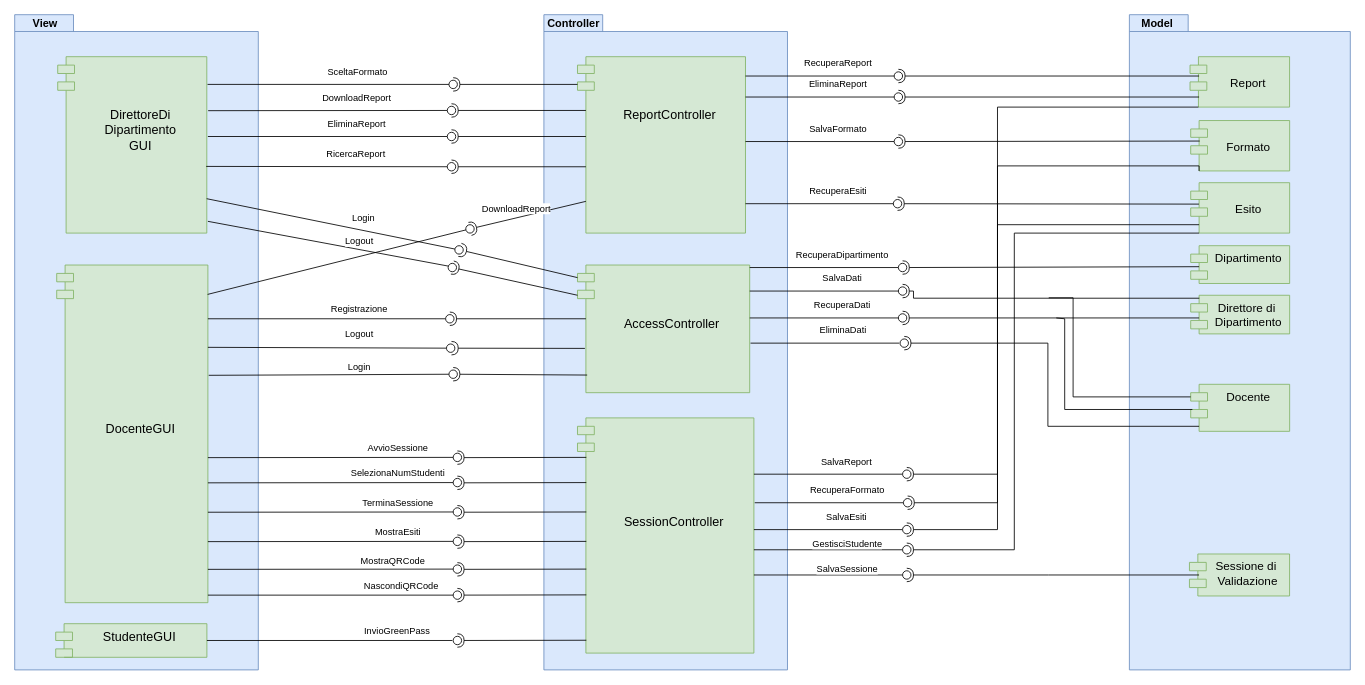
The draw.io diagram Documentazione/Resources/ServiziSottosistemi.drawio in Alberto-00/EasyPass, before the edit. Source tidied: cells renumbered, new cells numbered last; positions are measured from the earlier drawing's top-left corner, leaving out a move shared by most shapes. Both pictures are drawn from the tidied source at 84%, with x=0, y=0 at pixel (14, 14).
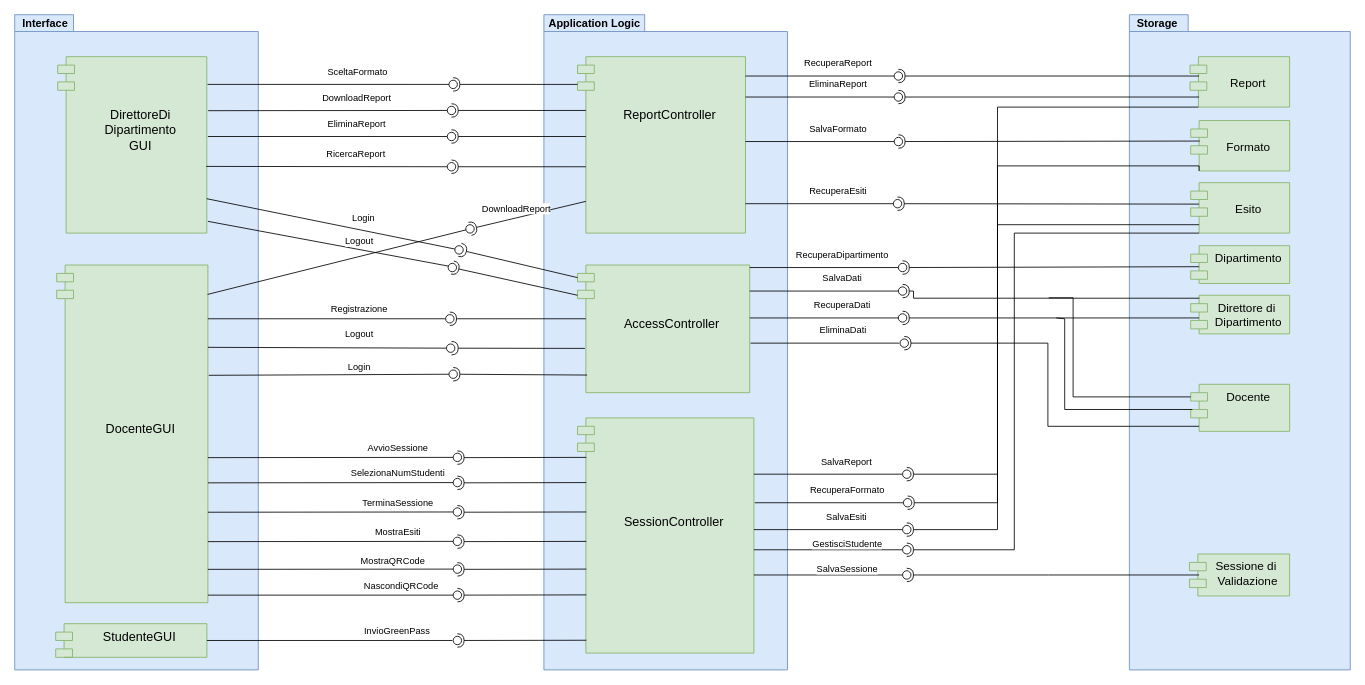
The same page after the edit.

The edit, as a diff of the source:
```diff
@@
-    <mxCell id="2" style="shape=folder;fontStyle=1;spacingTop=10;tabWidth=70;tabHeight=20;tabPosition=left;html=1;fillColor=#dae8fc;strokeColor=#6c8ebf;" parent="1" vertex="1">
+    <mxCell id="2" style="shape=folder;fontStyle=1;spacingTop=10;tabWidth=120;tabHeight=20;tabPosition=left;html=1;fillColor=#dae8fc;strokeColor=#6c8ebf;" parent="1" vertex="1">
       <mxGeometry x="630" width="290" height="780" as="geometry" />
     </mxCell>
-    <mxCell id="3" value="&lt;font size=&quot;1&quot;&gt;&lt;b style=&quot;font-size: 13px&quot;&gt;Controller&lt;/b&gt;&lt;/font&gt;" style="text;html=1;align=center;verticalAlign=middle;strokeColor=none;fillColor=none;" parent="1" vertex="1">
-      <mxGeometry x="625" width="80" height="20" as="geometry" />
+    <mxCell id="3" value="&lt;font size=&quot;1&quot;&gt;&lt;b style=&quot;font-size: 13px&quot;&gt;Application Logic&lt;/b&gt;&lt;/font&gt;" style="text;html=1;align=center;verticalAlign=middle;strokeColor=none;fillColor=none;" parent="1" vertex="1">
+      <mxGeometry x="630" width="120" height="20" as="geometry" />
     </mxCell>
@@
-    <mxCell id="5" value="&lt;b&gt;&lt;font style=&quot;font-size: 13px&quot;&gt;Model&lt;/font&gt;&lt;/b&gt;" style="text;html=1;align=center;verticalAlign=middle;strokeColor=none;fillColor=none;" parent="1" vertex="1">
-      <mxGeometry x="1335" width="50" height="20" as="geometry" />
+    <mxCell id="5" value="&lt;b&gt;&lt;font style=&quot;font-size: 13px&quot;&gt;Storage&lt;/font&gt;&lt;/b&gt;" style="text;html=1;align=center;verticalAlign=middle;strokeColor=none;fillColor=none;" parent="1" vertex="1">
+      <mxGeometry x="1330" width="60" height="20" as="geometry" />
     </mxCell>
@@
-    <mxCell id="84" value="&lt;font size=&quot;1&quot;&gt;&lt;b style=&quot;font-size: 13px&quot;&gt;View&lt;/b&gt;&lt;/font&gt;" style="text;html=1;align=center;verticalAlign=middle;strokeColor=none;fillColor=none;" parent="1" vertex="1">
-      <mxGeometry x="11" width="50" height="20" as="geometry" />
+    <mxCell id="84" value="&lt;font size=&quot;1&quot;&gt;&lt;b style=&quot;font-size: 13px&quot;&gt;Interface&lt;/b&gt;&lt;/font&gt;" style="text;html=1;align=center;verticalAlign=middle;strokeColor=none;fillColor=none;" parent="1" vertex="1">
+      <mxGeometry x="1" width="70" height="20" as="geometry" />
     </mxCell>
```
